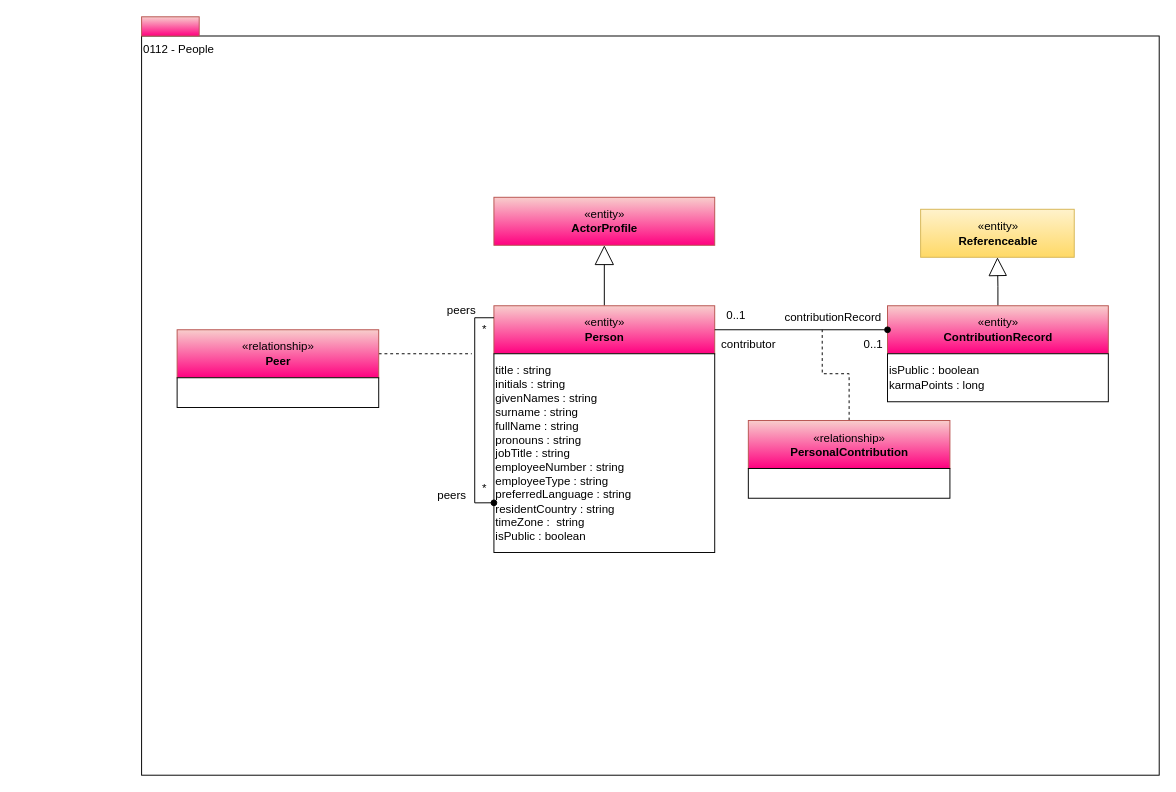
This is page "0112-People" (3 of 16) of site/docs/types/1/area-1-collaboration.drawio from odpi/egeria-docs, a draw.io file, before an edit. Source tidied: cells renumbered, new cells numbered last; positions are measured from the earlier drawing's top-left corner, leaving out a move shared by most shapes. Both pictures are drawn from the tidied source at 96%, with x=0, y=0 at pixel (141, 16).
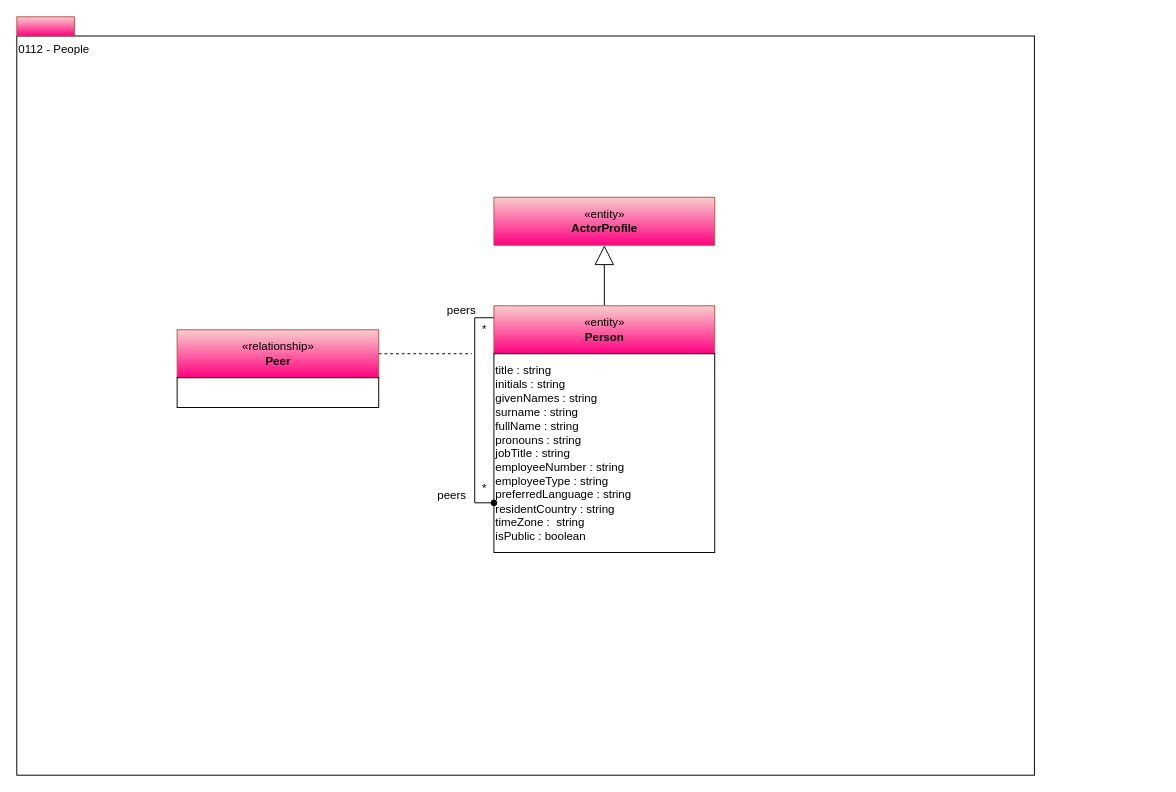
After the change.

Unchanged cells that the change refers to:
```xml
<mxCell id="4" value="«entity»&lt;br&gt;&lt;b&gt;Person&lt;/b&gt;" style="html=1;strokeColor=#b85450;align=center;fillColor=#f8cecc;gradientColor=#FF0080;" parent="1" vertex="1">
  <mxGeometry x="367" y="301" width="230" height="50" as="geometry" />
</mxCell>
```

Diff of the diagram source:
```diff
@@
     <mxCell id="2" value="0112 - People" style="rounded=0;whiteSpace=wrap;html=1;align=left;verticalAlign=top;" parent="1" vertex="1">
-      <mxGeometry y="20" width="1060" height="770" as="geometry" />
+      <mxGeometry x="-130" y="20" width="1060" height="770" as="geometry" />
     </mxCell>
@@
     <mxCell id="5" style="html=1;strokeColor=#b85450;align=center;fillColor=#f8cecc;gradientColor=#FF0080;" parent="1" vertex="1">
-      <mxGeometry width="60" height="20" as="geometry" />
+      <mxGeometry x="-130" width="60" height="20" as="geometry" />
     </mxCell>
@@
-    <mxCell id="7" style="edgeStyle=orthogonalEdgeStyle;rounded=0;html=1;endArrow=none;endFill=0;jettySize=auto;dashed=1;entryX=0.408;entryY=1.15;entryPerimeter=0;" parent="1" edge="1" source="8" target="21">
-      <mxGeometry relative="1" as="geometry" />
-    </mxCell>
-    <mxCell id="8" value="«relationship»&lt;br&gt;&lt;b&gt;PersonalContribution&lt;/b&gt;" style="html=1;strokeColor=#b85450;align=center;fillColor=#f8cecc;gradientColor=#FF0080;" parent="1" vertex="1">
-      <mxGeometry x="632" y="420.5" width="210" height="50" as="geometry" />
-    </mxCell>
-    <mxCell id="9" style="rounded=0;whiteSpace=wrap;html=1;strokeColor=#000000;gradientColor=#ffffff;align=left;" parent="1" vertex="1">
-      <mxGeometry x="632" y="470.5" width="210" height="31" as="geometry" />
-    </mxCell>
@@
-    <mxCell id="18" style="edgeStyle=orthogonalEdgeStyle;rounded=0;jettySize=auto;html=1;exitX=0.5;exitY=0;exitDx=0;exitDy=0;entryX=0.5;entryY=1;entryDx=0;entryDy=0;endArrow=block;endFill=0;endSize=17;" parent="1" edge="1" source="19" target="25">
-      <mxGeometry relative="1" as="geometry" />
-    </mxCell>
-    <mxCell id="19" value="«entity»&lt;br&gt;&lt;b&gt;ContributionRecord&lt;/b&gt;&lt;br&gt;" style="html=1;strokeColor=#b85450;align=center;fillColor=#f8cecc;gradientColor=#FF0080;" parent="1" vertex="1">
-      <mxGeometry x="777" y="301" width="230" height="50" as="geometry" />
-    </mxCell>
-    <mxCell id="20" value="isPublic : boolean&lt;br&gt;karmaPoints : long" style="rounded=0;whiteSpace=wrap;html=1;align=left;" parent="1" vertex="1">
-      <mxGeometry x="777" y="351" width="230" height="50" as="geometry" />
-    </mxCell>
-    <mxCell id="21" value="contributionRecord" style="text;html=1;points=[];align=center;verticalAlign=top;spacingTop=-4;" parent="1" vertex="1">
-      <mxGeometry x="660" y="303" width="120" height="20" as="geometry" />
-    </mxCell>
-    <mxCell id="22" value="contributor" style="text;html=1;align=center;verticalAlign=top;spacingTop=-4;" parent="1" vertex="1">
-      <mxGeometry x="597" y="331" width="70" height="20" as="geometry" />
-    </mxCell>
-    <mxCell id="23" value="0..1" style="text;html=1;align=center;verticalAlign=top;spacingTop=-4;" parent="1" vertex="1">
-      <mxGeometry x="742" y="331" width="40" height="20" as="geometry" />
-    </mxCell>
-    <mxCell id="24" value="0..1" style="text;html=1;align=center;verticalAlign=top;spacingTop=-4;" parent="1" vertex="1">
-      <mxGeometry x="599" y="301" width="40" height="20" as="geometry" />
-    </mxCell>
-    <mxCell id="25" value="«entity»&lt;br&gt;&lt;b&gt;Referenceable&lt;/b&gt;" style="html=1;strokeColor=#d6b656;align=center;fillColor=#fff2cc;gradientColor=#ffd966;" parent="1" vertex="1">
-      <mxGeometry x="811.5" y="200.5" width="160" height="50" as="geometry" />
-    </mxCell>
@@
-    <mxCell id="27" style="edgeStyle=orthogonalEdgeStyle;rounded=0;html=1;exitX=1;exitY=0.5;jettySize=auto;endArrow=oval;endFill=1;" parent="1" edge="1" source="4" target="19">
-      <mxGeometry relative="1" as="geometry" />
-    </mxCell>
```
